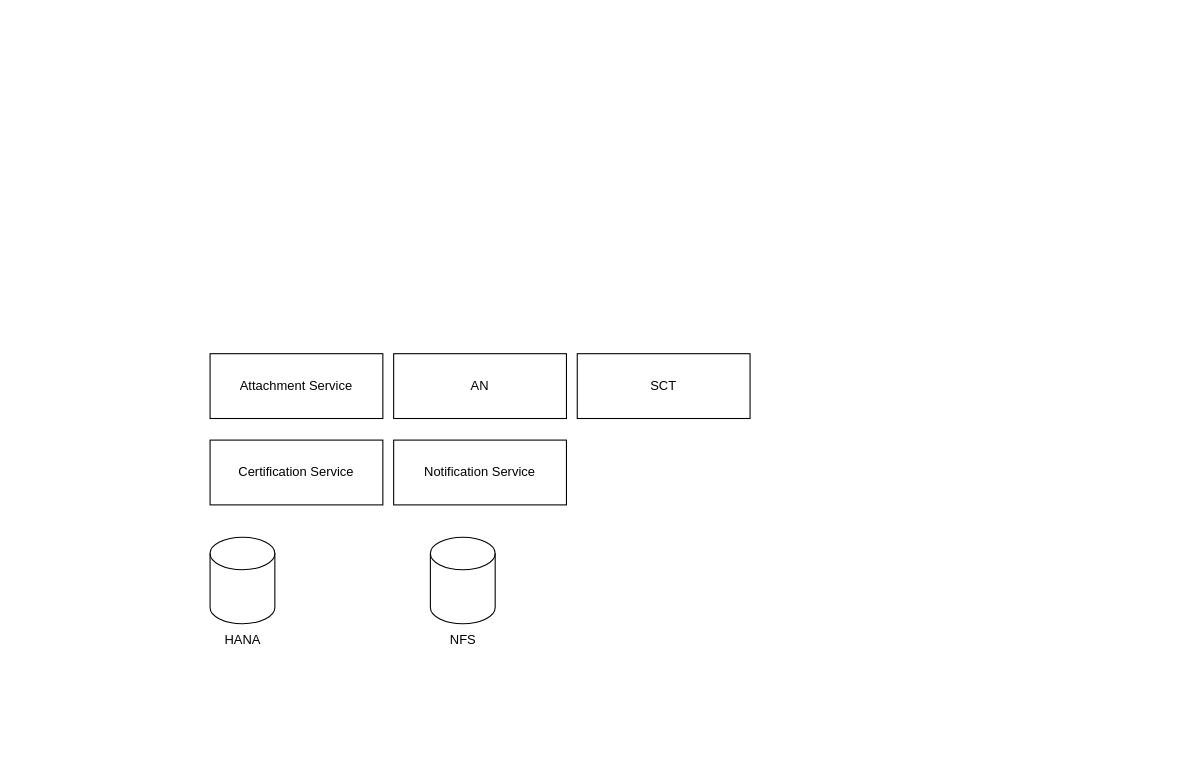
Above: certification_service_block.drawio in huangshijie/Drawio (draw.io), before the change. Source tidied: cells renumbered, new cells numbered last; positions are measured from the earlier drawing's top-left corner, leaving out a move shared by most shapes. Both pictures are drawn from the tidied source at 108%, with x=0, y=0 at pixel (210, 353).
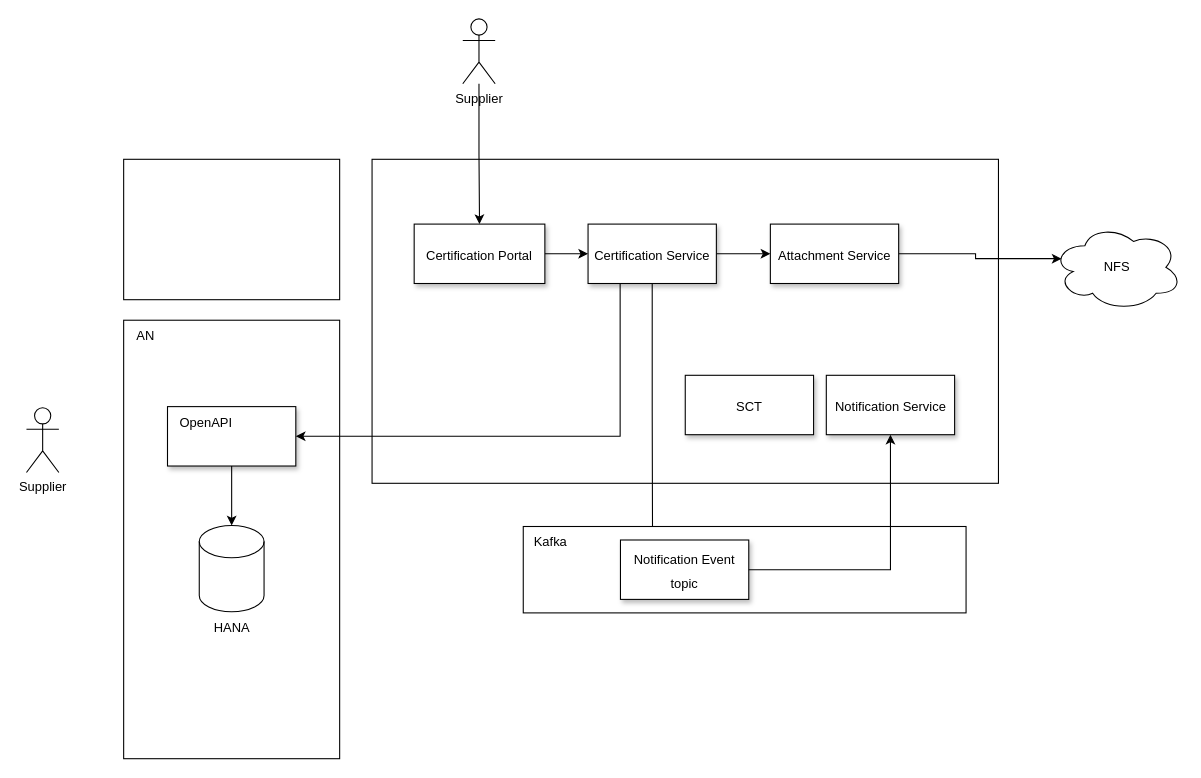
The same page after the edit.

The change refers to these unchanged cells:
```xml
<mxCell id="4" style="shape=cylinder3;whiteSpace=wrap;html=1;boundedLbl=1;backgroundOutline=1;size=15;" parent="3" vertex="1">
  <mxGeometry width="60" height="80" as="geometry" />
</mxCell>
```

Change to the diagram source:
```diff
@@
+    <mxCell id="13" style="rounded=0;whiteSpace=wrap;html=1;" parent="1" vertex="1">
+      <mxGeometry x="150" y="-180" width="580" height="300" as="geometry" />
+    </mxCell>
+    <mxCell id="14" style="edgeStyle=orthogonalEdgeStyle;rounded=0;jettySize=auto;html=1;entryX=0.5;entryY=0;entryDx=0;entryDy=0;" parent="1" edge="1" source="15" target="17">
+      <mxGeometry relative="1" as="geometry" />
+    </mxCell>
+    <mxCell id="15" value="Supplier" style="shape=umlActor;verticalLabelPosition=bottom;verticalAlign=top;html=1;outlineConnect=0;" parent="1" vertex="1">
+      <mxGeometry x="234" y="-310" width="30" height="60" as="geometry" />
+    </mxCell>
+    <mxCell id="12" value="NFS" style="ellipse;shape=cloud;whiteSpace=wrap;html=1;" parent="1" vertex="1">
+      <mxGeometry x="780" y="-120" width="120" height="80" as="geometry" />
+    </mxCell>
+    <mxCell id="16" style="edgeStyle=orthogonalEdgeStyle;rounded=0;jettySize=auto;html=1;" parent="1" edge="1" source="17" target="2">
+      <mxGeometry relative="1" as="geometry" />
+    </mxCell>
+    <mxCell id="17" value="&lt;span style=&quot;font-size: 12px;&quot;&gt;Certification Portal&lt;/span&gt;" style="whiteSpace=wrap;html=1;shadow=1;fontSize=18;" parent="1" vertex="1">
+      <mxGeometry x="189" y="-120" width="121" height="55" as="geometry" />
+    </mxCell>
+    <mxCell id="18" style="edgeStyle=orthogonalEdgeStyle;rounded=0;jettySize=auto;html=1;entryX=0;entryY=0.5;entryDx=0;entryDy=0;" parent="1" edge="1" source="2" target="6">
+      <mxGeometry relative="1" as="geometry" />
+    </mxCell>
+    <mxCell id="19" style="edgeStyle=orthogonalEdgeStyle;rounded=0;jettySize=auto;html=1;entryX=0.25;entryY=0;entryDx=0;entryDy=0;" parent="1" edge="1" source="2" target="33">
+      <mxGeometry relative="1" as="geometry" />
+    </mxCell>
-    <mxCell id="2" value="Certification Service" style="rounded=0;whiteSpace=wrap;html=1;" parent="1" vertex="1">
-      <mxGeometry y="80" width="160" height="60" as="geometry" />
+    <mxCell id="2" value="&lt;span style=&quot;font-size: 12px;&quot;&gt;Certification Service&lt;/span&gt;" style="whiteSpace=wrap;html=1;shadow=1;fontSize=18;" parent="1" vertex="1">
+      <mxGeometry x="350" y="-120" width="118.8" height="55" as="geometry" />
     </mxCell>
+    <mxCell id="8" value="&lt;span style=&quot;font-size: 12px;&quot;&gt;Notification Service&lt;/span&gt;" style="whiteSpace=wrap;html=1;shadow=1;fontSize=18;" parent="1" vertex="1">
+      <mxGeometry x="570.6" y="20" width="118.8" height="55" as="geometry" />
+    </mxCell>
+    <mxCell id="9" value="&lt;span style=&quot;font-size: 12px;&quot;&gt;SCT&lt;/span&gt;" style="whiteSpace=wrap;html=1;shadow=1;fontSize=18;" parent="1" vertex="1">
+      <mxGeometry x="440" y="20" width="118.8" height="55" as="geometry" />
+    </mxCell>
+    <mxCell id="20" style="edgeStyle=orthogonalEdgeStyle;rounded=0;jettySize=auto;html=1;entryX=0.07;entryY=0.4;entryDx=0;entryDy=0;entryPerimeter=0;" parent="1" edge="1" source="6" target="12">
+      <mxGeometry relative="1" as="geometry" />
+    </mxCell>
+    <mxCell id="6" value="&lt;span style=&quot;font-size: 12px;&quot;&gt;Attachment Service&lt;/span&gt;" style="whiteSpace=wrap;html=1;shadow=1;fontSize=18;" parent="1" vertex="1">
+      <mxGeometry x="518.8" y="-120" width="118.8" height="55" as="geometry" />
+    </mxCell>
+    <mxCell id="21" style="rounded=0;whiteSpace=wrap;html=1;" parent="1" vertex="1">
+      <mxGeometry x="-80" y="-180" width="200" height="130" as="geometry" />
+    </mxCell>
+    <mxCell id="22" value="Supplier" style="shape=umlActor;verticalLabelPosition=bottom;verticalAlign=top;html=1;" parent="1" vertex="1">
+      <mxGeometry x="-170" y="50" width="30" height="60" as="geometry" />
+    </mxCell>
+    <mxCell id="23" style="group;" parent="1" vertex="1">
+      <mxGeometry x="-80" y="-31" width="200" height="406" as="geometry" />
+    </mxCell>
+    <mxCell id="7" style="rounded=0;whiteSpace=wrap;html=1;" parent="23" vertex="1">
+      <mxGeometry width="200" height="406" as="geometry" />
+    </mxCell>
+    <mxCell id="24" value="AN" style="text;html=1;align=center;verticalAlign=middle;strokeColor=none;fillColor=none;" parent="23" vertex="1">
+      <mxGeometry width="40" height="30" as="geometry" />
+    </mxCell>
+    <mxCell id="25" style="group;" parent="23" vertex="1">
+      <mxGeometry x="40.6" y="80" width="118.8" height="55" as="geometry" />
+    </mxCell>
+    <mxCell id="26" style="whiteSpace=wrap;html=1;shadow=1;fontSize=18;" parent="25" vertex="1">
+      <mxGeometry width="118.8" height="55" as="geometry" />
+    </mxCell>
+    <mxCell id="27" value="OpenAPI" style="text;html=1;align=center;verticalAlign=middle;strokeColor=none;fillColor=none;" parent="25" vertex="1">
+      <mxGeometry width="70" height="30" as="geometry" />
+    </mxCell>
-    <mxCell id="3" style="group;" parent="1" vertex="1">
-      <mxGeometry y="170" width="60" height="110" as="geometry" />
+    <mxCell id="3" style="group;" parent="23" vertex="1">
+      <mxGeometry x="70" y="190" width="60" height="110" as="geometry" />
     </mxCell>
@@
-    <mxCell id="6" value="Attachment Service" style="rounded=0;whiteSpace=wrap;html=1;" parent="1" vertex="1">
-      <mxGeometry width="160" height="60" as="geometry" />
-    </mxCell>
-    <mxCell id="7" value="AN" style="rounded=0;whiteSpace=wrap;html=1;" parent="1" vertex="1">
-      <mxGeometry x="170" width="160" height="60" as="geometry" />
-    </mxCell>
-    <mxCell id="8" value="Notification Service" style="rounded=0;whiteSpace=wrap;html=1;" parent="1" vertex="1">
-      <mxGeometry x="170" y="80" width="160" height="60" as="geometry" />
-    </mxCell>
-    <mxCell id="9" value="SCT" style="rounded=0;whiteSpace=wrap;html=1;" parent="1" vertex="1">
-      <mxGeometry x="340" width="160" height="60" as="geometry" />
-    </mxCell>
-    <mxCell id="10" style="group;" parent="1" vertex="1">
-      <mxGeometry x="204" y="170" width="60" height="110" as="geometry" />
-    </mxCell>
-    <mxCell id="11" style="shape=cylinder3;whiteSpace=wrap;html=1;boundedLbl=1;backgroundOutline=1;size=15;" parent="10" vertex="1">
-      <mxGeometry width="60" height="80" as="geometry" />
-    </mxCell>
-    <mxCell id="12" value="NFS" style="text;html=1;align=center;verticalAlign=middle;points=[];strokeColor=none;fillColor=none;" parent="10" vertex="1">
-      <mxGeometry x="5" y="80" width="50" height="30" as="geometry" />
-    </mxCell>
+    <mxCell id="28" style="edgeStyle=orthogonalEdgeStyle;rounded=0;jettySize=auto;html=1;exitX=0.5;exitY=1;exitDx=0;exitDy=0;" parent="23" edge="1" source="26" target="4">
+      <mxGeometry relative="1" as="geometry" />
+    </mxCell>
+    <mxCell id="29" style="edgeStyle=orthogonalEdgeStyle;rounded=0;jettySize=auto;html=1;exitX=0.25;exitY=1;exitDx=0;exitDy=0;entryX=1;entryY=0.5;entryDx=0;entryDy=0;" parent="1" edge="1" source="2" target="26">
+      <mxGeometry relative="1" as="geometry" />
+    </mxCell>
+    <mxCell id="30" style="group;" parent="1" vertex="1">
+      <mxGeometry x="290" y="160" width="410" height="80" as="geometry" />
+    </mxCell>
+    <mxCell id="31" style="rounded=0;whiteSpace=wrap;html=1;" parent="30" vertex="1">
+      <mxGeometry width="410" height="80" as="geometry" />
+    </mxCell>
+    <mxCell id="32" value="Kafka" style="text;html=1;align=center;verticalAlign=middle;strokeColor=none;fillColor=none;" parent="30" vertex="1">
+      <mxGeometry width="50" height="30" as="geometry" />
+    </mxCell>
+    <mxCell id="33" value="&lt;span style=&quot;font-size: 12px;&quot;&gt;Notification Event topic&lt;/span&gt;" style="whiteSpace=wrap;html=1;shadow=1;fontSize=18;" parent="30" vertex="1">
+      <mxGeometry x="90" y="12.5" width="118.8" height="55" as="geometry" />
+    </mxCell>
+    <mxCell id="34" style="edgeStyle=orthogonalEdgeStyle;rounded=0;jettySize=auto;html=1;entryX=0.5;entryY=1;entryDx=0;entryDy=0;" parent="1" edge="1" source="33" target="8">
+      <mxGeometry relative="1" as="geometry" />
+    </mxCell>
```
